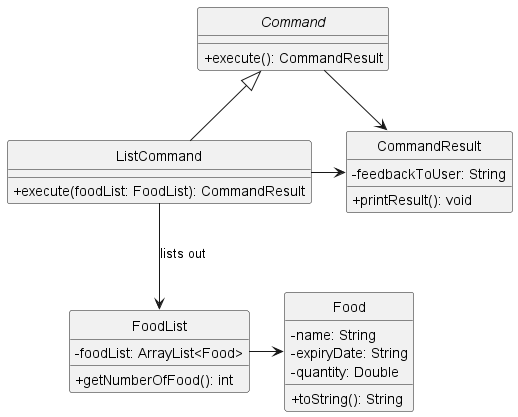
Above: docs/images/ListCommandClassDiagram.png in tsx0314/tp (PlantUML), before the change.
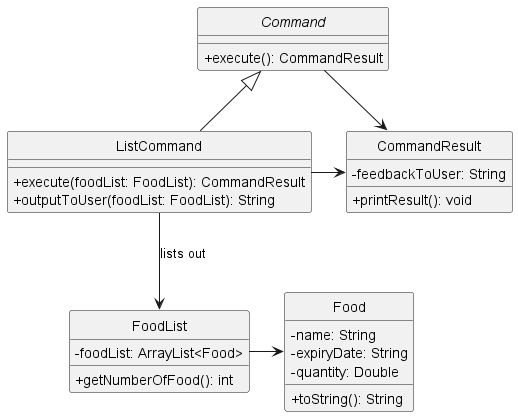
The same file after the commit.

Diff of the diagram source:
```diff
@@ -15,6 +15,7 @@
 
 class ListCommand {
     +execute(foodList: FoodList): CommandResult
+    +outputToUser(foodList: FoodList): String
 }
 
 class CommandResult {
```
